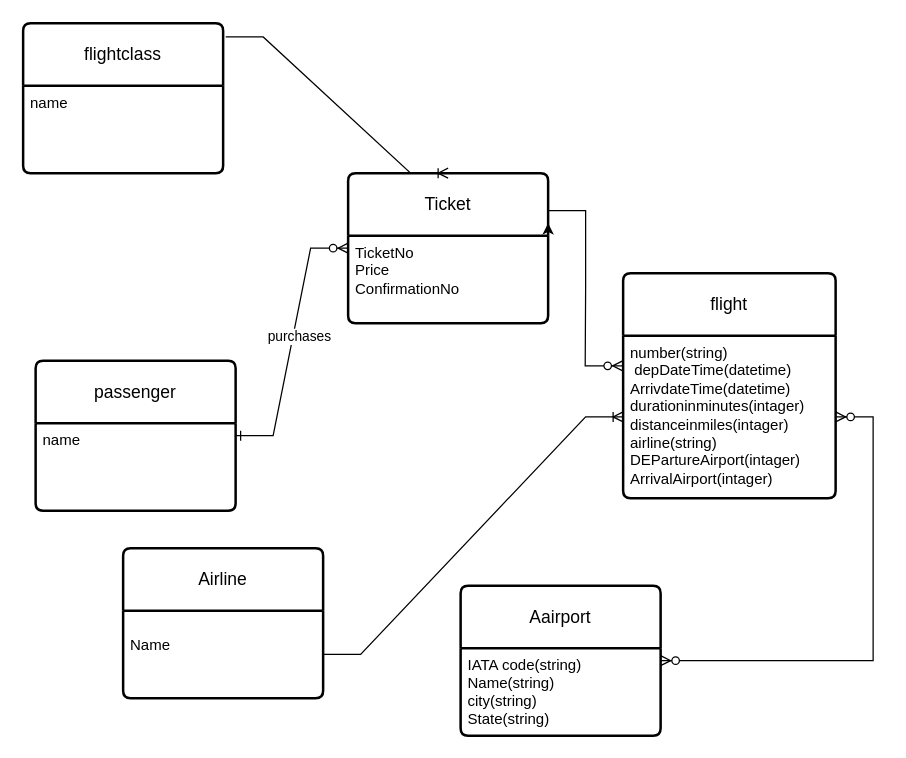
Before: Untitled Diagram.drawio in Hussein380/demo_repo, a draw.io diagram. Source tidied: cells renumbered, new cells numbered last; positions are measured from the earlier drawing's top-left corner, leaving out a move shared by most shapes. Both pictures are drawn from the tidied source at 125%, with x=0, y=0 at pixel (22, 22).
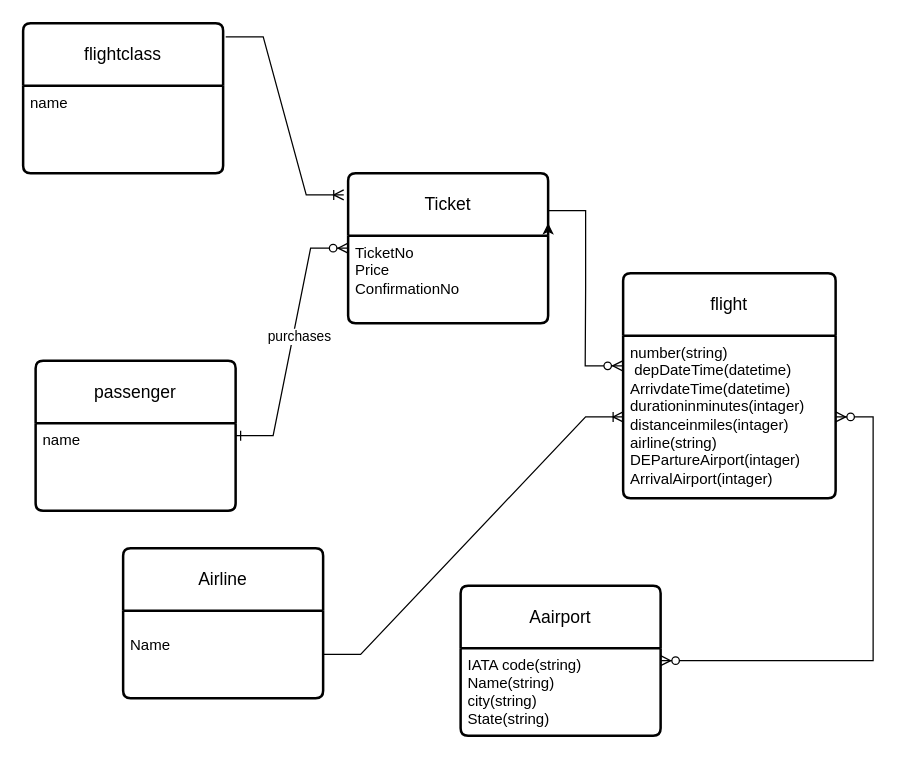
The same diagram, later.

Commit message:
flight model

Unchanged cells that the change refers to:
```xml
<mxCell id="8" value="Ticket" style="swimlane;horizontal=1;startSize=50;rounded=1;fontSize=14;fontStyle=0;strokeWidth=2;shadow=0;dashed=0;align=center;arcSize=4;whiteSpace=wrap;html=1;" parent="1" vertex="1">
  <mxGeometry x="260" y="120" width="160" height="120" as="geometry" />
</mxCell>
<mxCell id="18" value="flightclass" style="swimlane;horizontal=1;startSize=50;rounded=1;fontSize=14;fontStyle=0;strokeWidth=2;shadow=0;dashed=0;align=center;arcSize=4;whiteSpace=wrap;html=1;" parent="1" vertex="1">
  <mxGeometry width="160" height="120" as="geometry" />
</mxCell>
```

The edit, as a diff of the source:
```diff
@@
-    <mxCell id="20" style="edgeStyle=entityRelationEdgeStyle;fontSize=12;html=1;endArrow=ERoneToMany;rounded=0;exitX=1.013;exitY=0.092;exitDx=0;exitDy=0;exitPerimeter=0;entryX=0.5;entryY=0;entryDx=0;entryDy=0;" parent="1" edge="1" source="18" target="8">
+    <mxCell id="20" style="edgeStyle=entityRelationEdgeStyle;fontSize=12;html=1;endArrow=ERoneToMany;rounded=0;exitX=1.013;exitY=0.092;exitDx=0;exitDy=0;exitPerimeter=0;entryX=-0.022;entryY=0.145;entryDx=0;entryDy=0;entryPerimeter=0;" parent="1" edge="1" source="18" target="8">
       <mxGeometry relative="1" as="geometry" />
     </mxCell>
```
